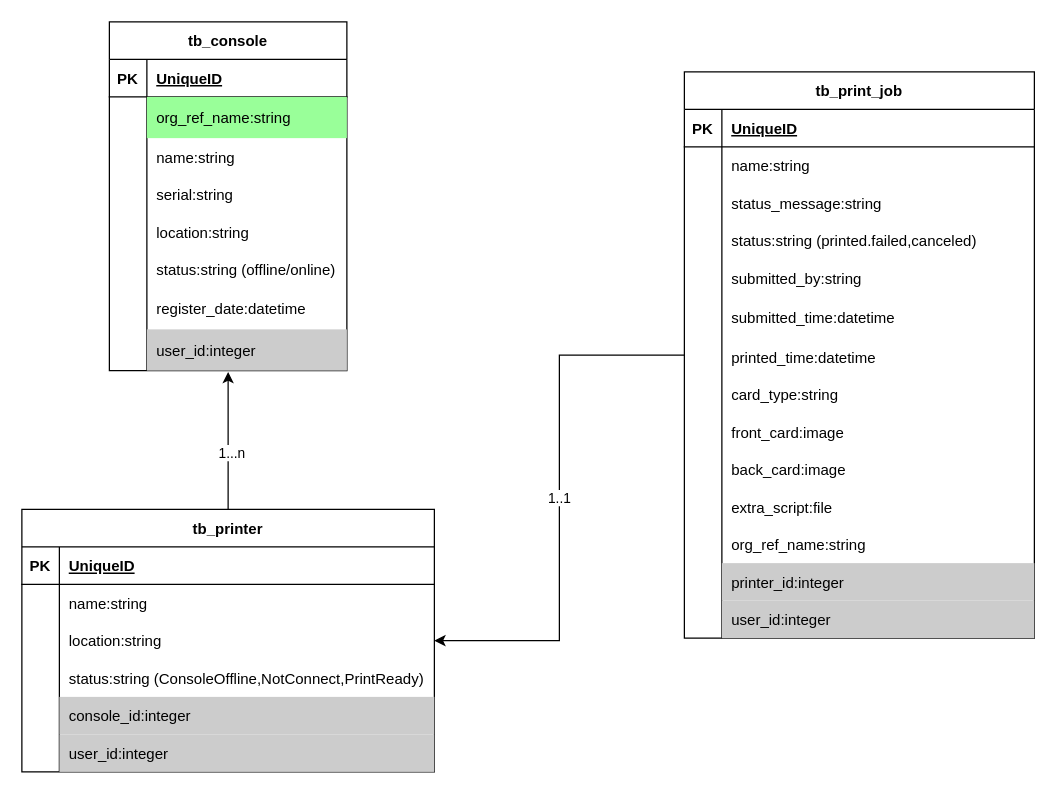
This is page "DZ Cloud print" (4 of 4) of SmartPhotoID.drawio from delphihero/MyDocument, a draw.io file, before an edit. Source tidied: cells renumbered, new cells numbered last; positions are measured from the earlier drawing's top-left corner, leaving out a move shared by most shapes. Both pictures are drawn from the tidied source at 125%, with x=0, y=0 at pixel (21, 21).
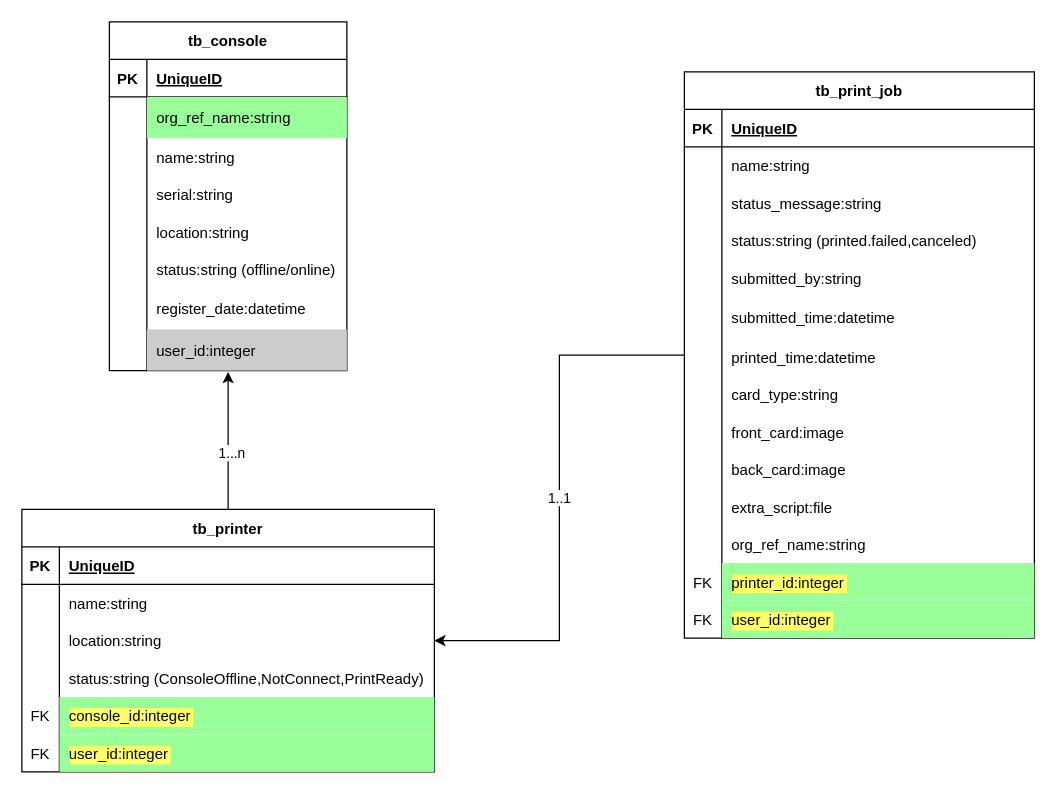
Above is the later version.

Unchanged cells that the change refers to:
```xml
<mxCell id="42" style="shape=partialRectangle;fillColor=none;top=0;left=0;bottom=0;right=0;" parent="29" vertex="1">
  <mxGeometry y="150" width="330" height="30" as="geometry" />
</mxCell>
<mxCell id="45" style="shape=partialRectangle;fillColor=none;top=0;left=0;bottom=0;right=0;" parent="29" vertex="1">
  <mxGeometry y="180" width="330" height="30" as="geometry" />
</mxCell>
<mxCell id="86" style="shape=partialRectangle;fillColor=none;top=0;left=0;bottom=0;right=0;" parent="49" vertex="1">
  <mxGeometry y="393" width="280" height="30" as="geometry" />
</mxCell>
<mxCell id="89" style="shape=partialRectangle;fillColor=none;top=0;left=0;bottom=0;right=0;" parent="49" vertex="1">
  <mxGeometry y="423" width="280" height="30" as="geometry" />
</mxCell>
```

Diff of the diagram source:
```diff
@@
-    <mxCell id="43" style="shape=partialRectangle;fillColor=none;top=0;left=0;bottom=0;right=0;overflow=hidden;" parent="42" vertex="1">
+    <mxCell id="43" value="FK" style="shape=partialRectangle;fillColor=none;top=0;left=0;bottom=0;right=0;overflow=hidden;" parent="42" vertex="1">
       <mxGeometry width="30" height="30" as="geometry" />
     </mxCell>
-    <mxCell id="44" value="console_id:integer" style="shape=partialRectangle;fillColor=#CCCCCC;top=0;left=0;bottom=0;right=0;align=left;spacingLeft=6;overflow=hidden;" parent="42" vertex="1">
+    <mxCell id="44" value="console_id:integer" style="shape=partialRectangle;fillColor=#99FF99;top=0;left=0;bottom=0;right=0;align=left;spacingLeft=6;overflow=hidden;labelBackgroundColor=#FFFF66;" parent="42" vertex="1">
       <mxGeometry x="30" width="300" height="30" as="geometry" />
     </mxCell>
@@
-    <mxCell id="46" style="shape=partialRectangle;fillColor=none;top=0;left=0;bottom=0;right=0;overflow=hidden;" parent="45" vertex="1">
+    <mxCell id="46" value="FK" style="shape=partialRectangle;fillColor=none;top=0;left=0;bottom=0;right=0;overflow=hidden;" parent="45" vertex="1">
       <mxGeometry width="30" height="30" as="geometry" />
     </mxCell>
-    <mxCell id="47" value="user_id:integer" style="shape=partialRectangle;fillColor=#CCCCCC;top=0;left=0;bottom=0;right=0;align=left;spacingLeft=6;overflow=hidden;strokeColor=#000000;" parent="45" vertex="1">
+    <mxCell id="47" value="user_id:integer" style="shape=partialRectangle;fillColor=#99FF99;top=0;left=0;bottom=0;right=0;align=left;spacingLeft=6;overflow=hidden;strokeColor=#000000;labelBackgroundColor=#FFFF66;" parent="45" vertex="1">
       <mxGeometry x="30" width="300" height="30" as="geometry" />
     </mxCell>
@@
-    <mxCell id="87" style="shape=partialRectangle;fillColor=none;top=0;left=0;bottom=0;right=0;overflow=hidden;" parent="86" vertex="1">
+    <mxCell id="87" value="FK" style="shape=partialRectangle;fillColor=none;top=0;left=0;bottom=0;right=0;overflow=hidden;" parent="86" vertex="1">
       <mxGeometry width="30" height="30" as="geometry" />
     </mxCell>
-    <mxCell id="88" value="printer_id:integer" style="shape=partialRectangle;fillColor=#CCCCCC;top=0;left=0;bottom=0;right=0;align=left;spacingLeft=6;overflow=hidden;" parent="86" vertex="1">
+    <mxCell id="88" value="printer_id:integer" style="shape=partialRectangle;fillColor=#99FF99;top=0;left=0;bottom=0;right=0;align=left;spacingLeft=6;overflow=hidden;labelBackgroundColor=#FFFF66;" parent="86" vertex="1">
       <mxGeometry x="30" width="250" height="30" as="geometry" />
     </mxCell>
@@
-    <mxCell id="90" style="shape=partialRectangle;fillColor=none;top=0;left=0;bottom=0;right=0;overflow=hidden;" parent="89" vertex="1">
+    <mxCell id="90" value="FK" style="shape=partialRectangle;fillColor=none;top=0;left=0;bottom=0;right=0;overflow=hidden;" parent="89" vertex="1">
       <mxGeometry width="30" height="30" as="geometry" />
     </mxCell>
-    <mxCell id="91" value="user_id:integer" style="shape=partialRectangle;fillColor=#CCCCCC;top=0;left=0;bottom=0;right=0;align=left;spacingLeft=6;overflow=hidden;" parent="89" vertex="1">
+    <mxCell id="91" value="user_id:integer" style="shape=partialRectangle;fillColor=#99FF99;top=0;left=0;bottom=0;right=0;align=left;spacingLeft=6;overflow=hidden;labelBackgroundColor=#FFFF66;" parent="89" vertex="1">
       <mxGeometry x="30" width="250" height="30" as="geometry" />
     </mxCell>
```
